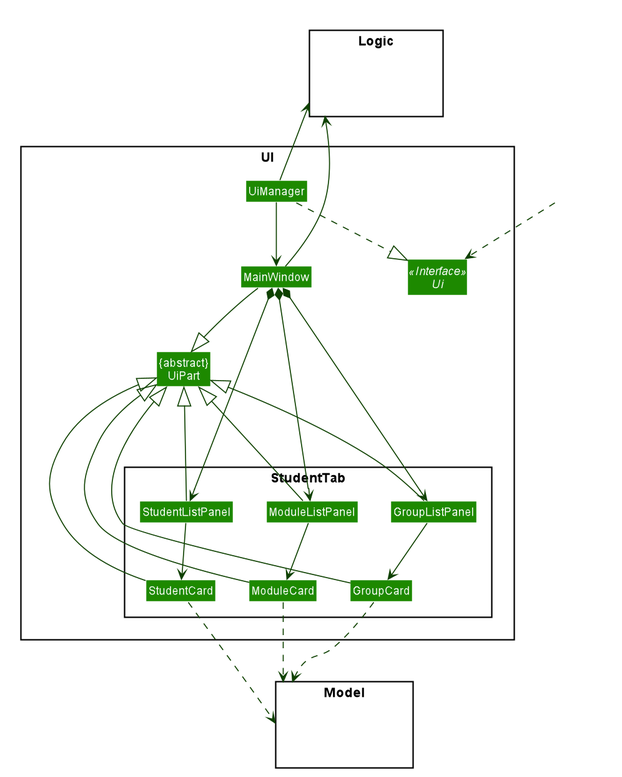
Earlier version of the PlantUML export docs/images/StudentTabClassDiagram.png (nus-cs2103-AY1920S2/addressbook-level3). Its diagram source:
```plantuml
@startuml








skinparam BackgroundColor #FFFFFFF

skinparam Shadowing false

skinparam Class {
    FontColor #FFFFFF
    BorderThickness 1
    BorderColor #FFFFFF
    StereotypeFontColor #FFFFFF
    FontName Arial
}

skinparam Actor {
    BorderColor #000000
    Color #000000
    FontName Arial
}

skinparam Sequence {
    MessageAlign center
    BoxFontSize 15
    BoxPadding 0
    BoxFontColor #FFFFFF
    FontName Arial
}

skinparam Participant {
    FontColor #FFFFFFF
    Padding 20
}

skinparam MinClassWidth 50
skinparam ParticipantPadding 10
skinparam Shadowing false
skinparam DefaultTextAlignment center
skinparam packageStyle Rectangle

hide footbox
hide members
hide circle
skinparam arrowThickness 1.1
skinparam arrowColor #0E4100
skinparam classBackgroundColor #1D8900

package UI <<Rectangle>>{
Interface Ui <<Interface>>
Class "{abstract}\nUiPart" as UiPart
Class UiManager
Class MainWindow
package StudentTab{
Class StudentListPanel
Class StudentCard
Class ModuleListPanel
Class ModuleCard
Class GroupListPanel
Class GroupCard
}
}

package Model <<Rectangle>> {
Class HiddenModel #FFFFFF
}

package Logic <<Rectangle>> {
Class HiddenLogic #FFFFFF
}

Class HiddenOutside #FFFFFF
HiddenOutside ..> Ui

UiManager ..|> Ui
UiManager --> MainWindow
MainWindow *--> StudentListPanel
MainWindow *--> ModuleListPanel
MainWindow *--> GroupListPanel

StudentListPanel --> StudentCard
ModuleListPanel --> ModuleCard
GroupListPanel --> GroupCard

MainWindow -down-|> UiPart

StudentListPanel -left--|> UiPart
StudentCard -up--|> UiPart
ModuleListPanel -up--|> UiPart
ModuleCard -up--|> UiPart
GroupListPanel -left--|> UiPart
GroupCard -up--|> UiPart

StudentCard .down.> Model
ModuleCard .down.> Model
GroupCard .down..> Model
UiManager -up-> Logic
MainWindow -up-> Logic

MainWindow -[hidden]-|> UiPart
@enduml
```
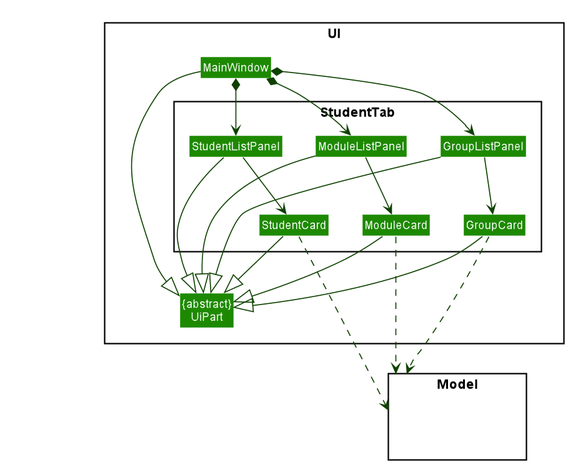
After the change.

Commit message:
update ui section of developer guide

What changed in the source:
```diff
@@ -52,9 +52,7 @@
 skinparam classBackgroundColor #1D8900
 
 package UI <<Rectangle>>{
-Interface Ui <<Interface>>
 Class "{abstract}\nUiPart" as UiPart
-Class UiManager
 Class MainWindow
 package StudentTab{
 Class StudentListPanel
@@ -70,15 +68,9 @@
 Class HiddenModel #FFFFFF
 }
 
-package Logic <<Rectangle>> {
-Class HiddenLogic #FFFFFF
-}
+Class HiddenOutside #FFFFFF
 
-Class HiddenOutside #FFFFFF
-HiddenOutside ..> Ui
 
-UiManager ..|> Ui
-UiManager --> MainWindow
 MainWindow *--> StudentListPanel
 MainWindow *--> ModuleListPanel
 MainWindow *--> GroupListPanel
@@ -89,18 +81,16 @@
 
 MainWindow -down-|> UiPart
 
-StudentListPanel -left--|> UiPart
-StudentCard -up--|> UiPart
-ModuleListPanel -up--|> UiPart
-ModuleCard -up--|> UiPart
-GroupListPanel -left--|> UiPart
-GroupCard -up--|> UiPart
+StudentListPanel -down-|> UiPart
+StudentCard -down-|> UiPart
+ModuleListPanel -down-|> UiPart
+ModuleCard -down-|> UiPart
+GroupListPanel -down-|> UiPart
+GroupCard -down-|> UiPart
 
 StudentCard .down.> Model
 ModuleCard .down.> Model
 GroupCard .down..> Model
-UiManager -up-> Logic
-MainWindow -up-> Logic
 
 MainWindow -[hidden]-|> UiPart
 @enduml
```
